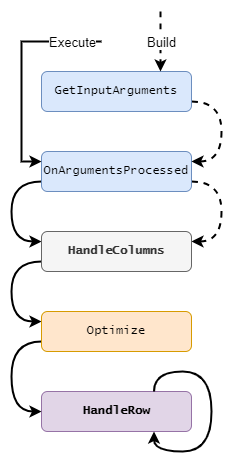
The draw.io diagram user-guide/images/GQI_CustomOperatorLifeCycle.png in SkylineCommunications/dataminer-docs, before a commit. Source tidied: cells renumbered, new cells last; positions are measured from the earlier drawing's top-left corner, leaving out a move shared by most shapes.
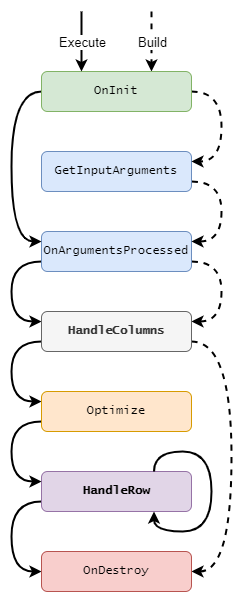
Later version of the same file.

Commit message:
GQI - Add IGQIOnInit and IGQIOnDestory methods to custom operators

Diff of the diagram source:
```diff
@@ -40,16 +40,32 @@
         </Array>
       </mxGeometry>
     </mxCell>
+    <mxCell id="17" style="edgeStyle=orthogonalEdgeStyle;rounded=0;jettySize=auto;html=1;exitX=1;exitY=0.75;exitDx=0;exitDy=0;entryX=1;entryY=0.5;entryDx=0;entryDy=0;dashed=1;curved=1;strokeWidth=2;" parent="1" edge="1" source="8" target="23">
+      <mxGeometry relative="1" as="geometry">
+        <Array as="points">
+          <mxPoint x="220" y="250" />
+          <mxPoint x="220" y="480" />
+        </Array>
+      </mxGeometry>
+    </mxCell>
     <mxCell id="8" value="HandleColumns" style="rounded=1;whiteSpace=wrap;html=1;fontFamily=Lucida Console;fontStyle=1;fillColor=#f5f5f5;fontColor=#333333;strokeColor=#666666;" parent="1" vertex="1">
       <mxGeometry x="30" y="220" width="150" height="40" as="geometry" />
     </mxCell>
+    <mxCell id="18" style="edgeStyle=orthogonalEdgeStyle;rounded=0;jettySize=auto;html=1;exitX=0;exitY=0.75;exitDx=0;exitDy=0;entryX=0;entryY=0.5;entryDx=0;entryDy=0;strokeWidth=2;curved=1;" parent="1" edge="1" source="9" target="23">
+      <mxGeometry relative="1" as="geometry">
+        <Array as="points">
+          <mxPoint y="410" />
+          <mxPoint y="480" />
+        </Array>
+      </mxGeometry>
+    </mxCell>
     <mxCell id="9" value="HandleRow" style="rounded=1;whiteSpace=wrap;html=1;fontFamily=Lucida Console;fontStyle=1;fillColor=#e1d5e7;strokeColor=#9673a6;" parent="1" vertex="1">
       <mxGeometry x="30" y="380" width="150" height="40" as="geometry" />
     </mxCell>
     <mxCell id="10" style="endArrow=classic;html=1;rounded=0;labelBackgroundColor=default;strokeColor=default;align=center;verticalAlign=middle;fontFamily=Helvetica;fontSize=11;fontColor=default;shape=connector;edgeStyle=orthogonalEdgeStyle;curved=1;entryX=0.25;entryY=0;entryDx=0;entryDy=0;strokeWidth=2;dashed=1;" parent="1" edge="1">
       <mxGeometry relative="1" as="geometry">
-        <mxPoint x="149" as="sourcePoint" />
-        <mxPoint x="149" y="60" as="targetPoint" />
+        <mxPoint x="140" y="-80" as="sourcePoint" />
+        <mxPoint x="140" y="-20" as="targetPoint" />
       </mxGeometry>
     </mxCell>
     <mxCell id="11" value="Build" style="edgeLabel;html=1;align=center;verticalAlign=middle;fontSize=13;fontFamily=Helvetica;fontColor=default;" parent="10" vertex="1">
@@ -58,29 +74,47 @@
     <mxCell id="12" style="edgeStyle=orthogonalEdgeStyle;shape=connector;curved=1;rounded=0;orthogonalLoop=1;jettySize=auto;html=1;exitX=0.75;exitY=0;exitDx=0;exitDy=0;entryX=0.75;entryY=1;entryDx=0;entryDy=0;labelBackgroundColor=default;strokeColor=default;strokeWidth=2;align=center;verticalAlign=middle;fontFamily=Helvetica;fontSize=11;fontColor=default;endArrow=classic;" parent="1" edge="1" source="9" target="9">
       <mxGeometry relative="1" as="geometry" />
     </mxCell>
-    <mxCell id="13" style="endArrow=classic;html=1;rounded=0;labelBackgroundColor=default;strokeColor=default;align=center;verticalAlign=middle;fontFamily=Helvetica;fontSize=11;fontColor=default;shape=connector;edgeStyle=elbowEdgeStyle;entryX=0;entryY=0.25;entryDx=0;entryDy=0;strokeWidth=2;" parent="1" edge="1" target="4">
-      <mxGeometry relative="1" as="geometry">
-        <mxPoint x="90" y="30" as="sourcePoint" />
-        <Array as="points">
-          <mxPoint x="10" y="70" />
-        </Array>
-      </mxGeometry>
-    </mxCell>
-    <mxCell id="14" value="Execute" style="edgeLabel;html=1;align=center;verticalAlign=middle;fontSize=13;fontFamily=Helvetica;fontColor=default;" parent="13" vertex="1">
-      <mxGeometry relative="1" as="geometry">
-        <mxPoint x="50" y="-30" as="offset" />
-      </mxGeometry>
-    </mxCell>
-    <mxCell id="15" style="edgeStyle=orthogonalEdgeStyle;shape=connector;curved=1;rounded=0;jettySize=auto;html=1;exitX=0;exitY=0.75;exitDx=0;exitDy=0;entryX=0;entryY=0.5;entryDx=0;entryDy=0;labelBackgroundColor=default;strokeColor=default;strokeWidth=2;align=center;verticalAlign=middle;fontFamily=Helvetica;fontSize=11;fontColor=default;endArrow=classic;" parent="1" edge="1" source="16" target="9">
+    <mxCell id="15" style="edgeStyle=orthogonalEdgeStyle;rounded=0;jettySize=auto;html=1;exitX=0;exitY=0.75;exitDx=0;exitDy=0;entryX=0;entryY=0.25;entryDx=0;entryDy=0;curved=1;strokeWidth=2;" parent="1" edge="1" source="16" target="9">
       <mxGeometry relative="1" as="geometry">
         <Array as="points">
           <mxPoint y="330" />
-          <mxPoint y="400" />
+          <mxPoint y="390" />
         </Array>
       </mxGeometry>
     </mxCell>
     <mxCell id="16" value="Optimize" style="rounded=1;whiteSpace=wrap;html=1;fillColor=#ffe6cc;strokeColor=#d79b00;fontFamily=Lucida Console;" parent="1" vertex="1">
       <mxGeometry x="30" y="300" width="150" height="40" as="geometry" />
     </mxCell>
+    <mxCell id="19" style="edgeStyle=orthogonalEdgeStyle;rounded=0;jettySize=auto;html=1;exitX=1;exitY=0.5;exitDx=0;exitDy=0;entryX=1;entryY=0.25;entryDx=0;entryDy=0;strokeWidth=2;curved=1;dashed=1;" parent="1" edge="1" source="21" target="6">
+      <mxGeometry relative="1" as="geometry">
+        <Array as="points">
+          <mxPoint x="210" />
+          <mxPoint x="210" y="70" />
+        </Array>
+      </mxGeometry>
+    </mxCell>
+    <mxCell id="20" style="edgeStyle=orthogonalEdgeStyle;rounded=0;jettySize=auto;html=1;exitX=0;exitY=0.5;exitDx=0;exitDy=0;entryX=0;entryY=0.25;entryDx=0;entryDy=0;strokeWidth=2;curved=1;" parent="1" edge="1" source="21" target="4">
+      <mxGeometry relative="1" as="geometry">
+        <Array as="points">
+          <mxPoint />
+          <mxPoint y="150" />
+        </Array>
+      </mxGeometry>
+    </mxCell>
+    <mxCell id="21" value="OnInit" style="rounded=1;whiteSpace=wrap;html=1;fillColor=#d5e8d4;strokeColor=#82b366;fontFamily=Lucida Console;" parent="1" vertex="1">
+      <mxGeometry x="30" y="-20" width="150" height="40" as="geometry" />
+    </mxCell>
+    <mxCell id="22" style="endArrow=classic;html=1;rounded=0;labelBackgroundColor=default;strokeColor=default;align=center;verticalAlign=middle;fontFamily=Helvetica;fontSize=11;fontColor=default;shape=connector;edgeStyle=orthogonalEdgeStyle;curved=1;entryX=0.25;entryY=0;entryDx=0;entryDy=0;strokeWidth=2;" parent="1" edge="1">
+      <mxGeometry relative="1" as="geometry">
+        <mxPoint x="70" y="-80" as="sourcePoint" />
+        <mxPoint x="70" y="-20" as="targetPoint" />
+      </mxGeometry>
+    </mxCell>
+    <mxCell id="14" value="Execute" style="edgeLabel;html=1;align=center;verticalAlign=middle;fontSize=13;fontFamily=Helvetica;fontColor=default;" parent="22" vertex="1">
+      <mxGeometry relative="1" as="geometry" />
+    </mxCell>
+    <mxCell id="23" value="OnDestroy" style="rounded=1;whiteSpace=wrap;html=1;fillColor=#f8cecc;strokeColor=#b85450;fontFamily=Lucida Console;" parent="1" vertex="1">
+      <mxGeometry x="30" y="460" width="150" height="40" as="geometry" />
+    </mxCell>
   </root>
 </mxGraphModel>
```
